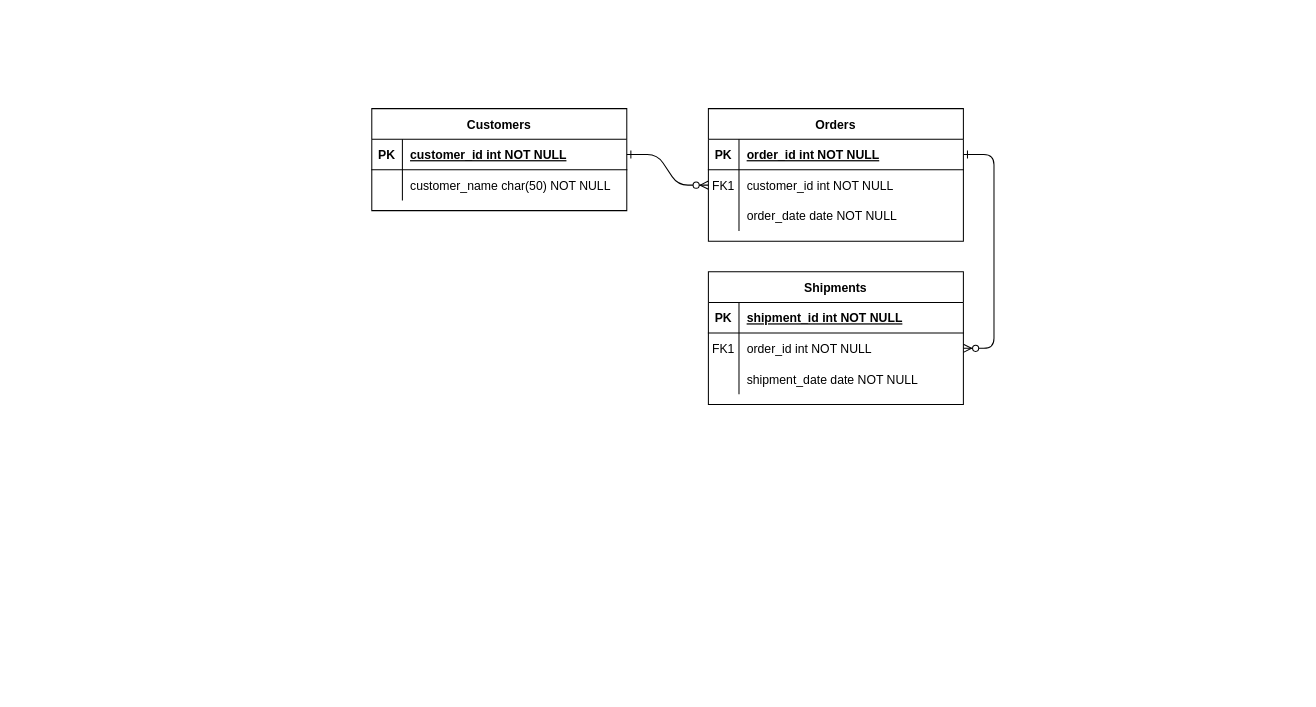
gawona/git_collaboration keeps this draw.io diagram as 제목 없는 다이어그램.drawio. Above is the earlier version. Source tidied: cells renumbered, new cells numbered last; positions are measured from the earlier drawing's top-left corner, leaving out a move shared by most shapes. Both pictures are drawn from the tidied source at 102%, with x=0, y=0 at pixel (371, 108).
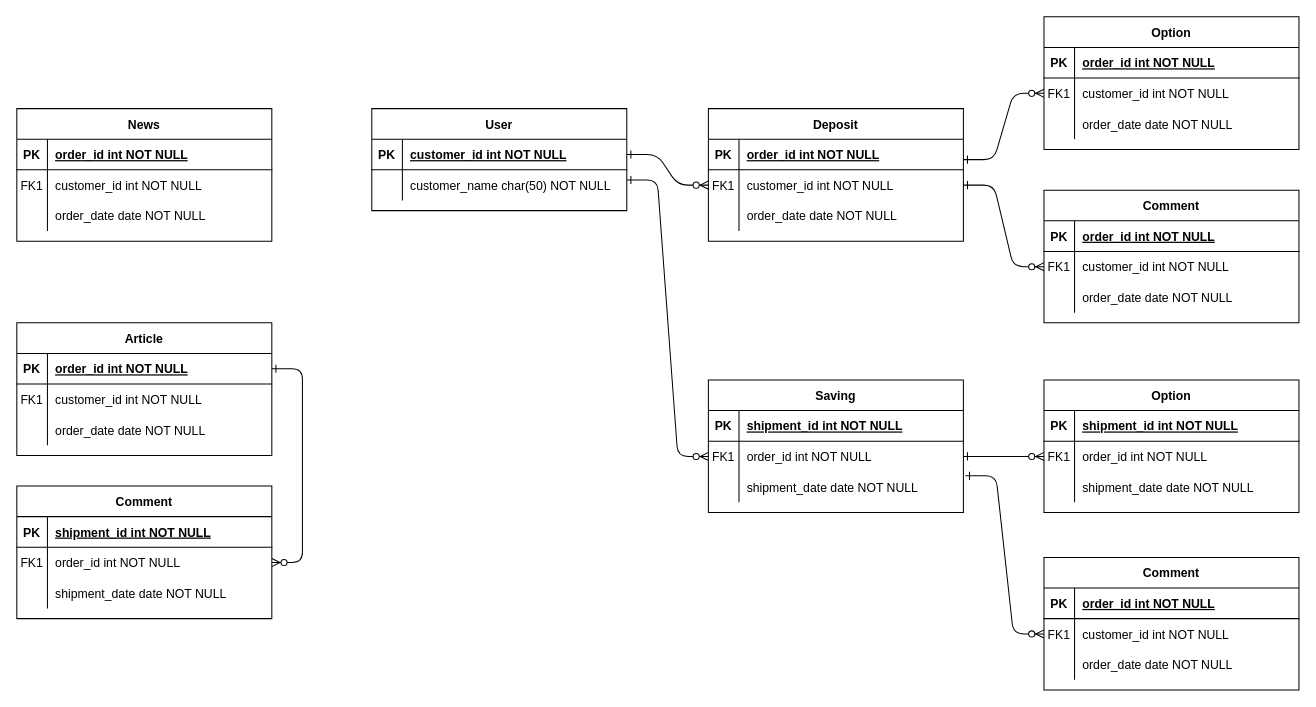
After the change.

Commit message (it also covers changes not shown here):
제목 없는 다이어그램.drawio 업데이트

The change refers to these unchanged cells:
```xml
<mxCell id="5" style="shape=partialRectangle;fillColor=none;points=[[0,0.5],[1,0.5]];portConstraint=eastwest;top=0;left=0;right=0;bottom=1;" parent="4" vertex="1">
  <mxGeometry y="30" width="250" height="30" as="geometry" />
</mxCell>
<mxCell id="18" style="shape=partialRectangle;fillColor=none;points=[[0,0.5],[1,0.5]];portConstraint=eastwest;top=0;left=0;right=0;bottom=0;" parent="14" vertex="1">
  <mxGeometry y="60" width="250" height="30" as="geometry" />
</mxCell>
<mxCell id="21" style="shape=partialRectangle;fillColor=none;points=[[0,0.5],[1,0.5]];portConstraint=eastwest;top=0;left=0;right=0;bottom=0;" parent="14" vertex="1">
  <mxGeometry y="90" width="250" height="30" as="geometry" />
</mxCell>
```

Diff of the diagram source:
```diff
@@
-    <mxCell id="3" style="edgeStyle=entityRelationEdgeStyle;endArrow=ERzeroToMany;startArrow=ERone;endFill=1;startFill=0;" parent="1" edge="1" source="5" target="18">
-      <mxGeometry relative="1" as="geometry" />
+    <mxCell id="3" style="edgeStyle=entityRelationEdgeStyle;endArrow=ERzeroToMany;startArrow=ERone;endFill=1;startFill=0;entryX=0;entryY=0.5;entryDx=0;entryDy=0;" parent="1" edge="1" target="18">
+      <mxGeometry relative="1" as="geometry">
+        <mxPoint x="250" y="70" as="sourcePoint" />
+      </mxGeometry>
     </mxCell>
-    <mxCell id="4" value="Orders" style="shape=table;startSize=30;childLayout=tableLayout;rowLines=0;fontStyle=1;align=center;" parent="1" vertex="1">
+    <mxCell id="4" value="Deposit" style="shape=table;startSize=30;childLayout=tableLayout;rowLines=0;fontStyle=1;align=center;" parent="1" vertex="1">
       <mxGeometry x="330" width="250" height="130" as="geometry" />
     </mxCell>
@@
-    <mxCell id="14" value="Shipments" style="shape=table;startSize=30;childLayout=tableLayout;rowLines=0;fontStyle=1;align=center;" parent="1" vertex="1">
-      <mxGeometry x="330" y="160" width="250" height="130" as="geometry" />
+    <mxCell id="14" value="Saving" style="shape=table;startSize=30;childLayout=tableLayout;rowLines=0;fontStyle=1;align=center;" parent="1" vertex="1">
+      <mxGeometry x="330" y="266" width="250" height="130" as="geometry" />
     </mxCell>
@@
-    <mxCell id="24" value="Customers" style="shape=table;startSize=30;childLayout=tableLayout;rowLines=0;fontStyle=1;align=center;" parent="1" vertex="1">
+    <mxCell id="24" value="User" style="shape=table;startSize=30;childLayout=tableLayout;rowLines=0;fontStyle=1;align=center;" parent="1" vertex="1">
       <mxGeometry width="250" height="100" as="geometry" />
     </mxCell>
@@
+    <mxCell id="31" style="edgeStyle=entityRelationEdgeStyle;endArrow=ERzeroToMany;startArrow=ERone;endFill=1;startFill=0;" parent="1" edge="1" source="33" target="46">
+      <mxGeometry relative="1" as="geometry" />
+    </mxCell>
+    <mxCell id="32" value="Article" style="shape=table;startSize=30;childLayout=tableLayout;rowLines=0;fontStyle=1;align=center;" parent="1" vertex="1">
+      <mxGeometry x="-348" y="210" width="250" height="130" as="geometry" />
+    </mxCell>
+    <mxCell id="33" style="shape=partialRectangle;fillColor=none;points=[[0,0.5],[1,0.5]];portConstraint=eastwest;top=0;left=0;right=0;bottom=1;" parent="32" vertex="1">
+      <mxGeometry y="30" width="250" height="30" as="geometry" />
+    </mxCell>
+    <mxCell id="34" value="PK" style="shape=partialRectangle;overflow=hidden;fillColor=none;top=0;left=0;bottom=0;right=0;fontStyle=1;" parent="33" vertex="1">
+      <mxGeometry width="30" height="30" as="geometry" />
+    </mxCell>
+    <mxCell id="35" value="order_id int NOT NULL " style="shape=partialRectangle;overflow=hidden;fillColor=none;top=0;left=0;bottom=0;right=0;align=left;spacingLeft=6;fontStyle=5;" parent="33" vertex="1">
+      <mxGeometry x="30" width="220" height="30" as="geometry" />
+    </mxCell>
+    <mxCell id="36" style="shape=partialRectangle;fillColor=none;top=0;left=0;right=0;bottom=0;" parent="32" vertex="1">
+      <mxGeometry y="60" width="250" height="30" as="geometry" />
+    </mxCell>
+    <mxCell id="37" value="FK1" style="shape=partialRectangle;overflow=hidden;fillColor=none;top=0;left=0;bottom=0;right=0;" parent="36" vertex="1">
+      <mxGeometry width="30" height="30" as="geometry" />
+    </mxCell>
+    <mxCell id="38" value="customer_id int NOT NULL" style="shape=partialRectangle;overflow=hidden;fillColor=none;top=0;left=0;bottom=0;right=0;align=left;spacingLeft=6;" parent="36" vertex="1">
+      <mxGeometry x="30" width="220" height="30" as="geometry" />
+    </mxCell>
+    <mxCell id="39" style="shape=partialRectangle;fillColor=none;top=0;left=0;right=0;bottom=0;" parent="32" vertex="1">
+      <mxGeometry y="90" width="250" height="30" as="geometry" />
+    </mxCell>
+    <mxCell id="40" style="shape=partialRectangle;overflow=hidden;fillColor=none;top=0;left=0;bottom=0;right=0;" parent="39" vertex="1">
+      <mxGeometry width="30" height="30" as="geometry" />
+    </mxCell>
+    <mxCell id="41" value="order_date date NOT NULL" style="shape=partialRectangle;overflow=hidden;fillColor=none;top=0;left=0;bottom=0;right=0;align=left;spacingLeft=6;" parent="39" vertex="1">
+      <mxGeometry x="30" width="220" height="30" as="geometry" />
+    </mxCell>
+    <mxCell id="42" value="Comment" style="shape=table;startSize=30;childLayout=tableLayout;rowLines=0;fontStyle=1;align=center;" parent="1" vertex="1">
+      <mxGeometry x="-348" y="370" width="250" height="130" as="geometry" />
+    </mxCell>
+    <mxCell id="43" style="shape=partialRectangle;fillColor=none;top=0;left=0;right=0;bottom=1;" parent="42" vertex="1">
+      <mxGeometry y="30" width="250" height="30" as="geometry" />
+    </mxCell>
+    <mxCell id="44" value="PK" style="shape=partialRectangle;overflow=hidden;fillColor=none;top=0;left=0;bottom=0;right=0;fontStyle=1;" parent="43" vertex="1">
+      <mxGeometry width="30" height="30" as="geometry" />
+    </mxCell>
+    <mxCell id="45" value="shipment_id int NOT NULL " style="shape=partialRectangle;overflow=hidden;fillColor=none;top=0;left=0;bottom=0;right=0;align=left;spacingLeft=6;fontStyle=5;" parent="43" vertex="1">
+      <mxGeometry x="30" width="220" height="30" as="geometry" />
+    </mxCell>
+    <mxCell id="46" style="shape=partialRectangle;fillColor=none;points=[[0,0.5],[1,0.5]];portConstraint=eastwest;top=0;left=0;right=0;bottom=0;" parent="42" vertex="1">
+      <mxGeometry y="60" width="250" height="30" as="geometry" />
+    </mxCell>
+    <mxCell id="47" value="FK1" style="shape=partialRectangle;overflow=hidden;fillColor=none;top=0;left=0;bottom=0;right=0;" parent="46" vertex="1">
+      <mxGeometry width="30" height="30" as="geometry" />
+    </mxCell>
+    <mxCell id="48" value="order_id int NOT NULL" style="shape=partialRectangle;overflow=hidden;fillColor=none;top=0;left=0;bottom=0;right=0;align=left;spacingLeft=6;" parent="46" vertex="1">
+      <mxGeometry x="30" width="220" height="30" as="geometry" />
+    </mxCell>
+    <mxCell id="49" style="shape=partialRectangle;fillColor=none;top=0;left=0;right=0;bottom=0;" parent="42" vertex="1">
+      <mxGeometry y="90" width="250" height="30" as="geometry" />
+    </mxCell>
+    <mxCell id="50" style="shape=partialRectangle;overflow=hidden;fillColor=none;top=0;left=0;bottom=0;right=0;" parent="49" vertex="1">
+      <mxGeometry width="30" height="30" as="geometry" />
+    </mxCell>
+    <mxCell id="51" value="shipment_date date NOT NULL" style="shape=partialRectangle;overflow=hidden;fillColor=none;top=0;left=0;bottom=0;right=0;align=left;spacingLeft=6;" parent="49" vertex="1">
+      <mxGeometry x="30" width="220" height="30" as="geometry" />
+    </mxCell>
+    <mxCell id="52" value="Option" style="shape=table;startSize=30;childLayout=tableLayout;rowLines=0;fontStyle=1;align=center;" parent="1" vertex="1">
+      <mxGeometry x="659" y="-90" width="250" height="130" as="geometry" />
+    </mxCell>
+    <mxCell id="53" style="shape=partialRectangle;fillColor=none;top=0;left=0;right=0;bottom=1;" parent="52" vertex="1">
+      <mxGeometry y="30" width="250" height="30" as="geometry" />
+    </mxCell>
+    <mxCell id="54" value="PK" style="shape=partialRectangle;overflow=hidden;fillColor=none;top=0;left=0;bottom=0;right=0;fontStyle=1;" parent="53" vertex="1">
+      <mxGeometry width="30" height="30" as="geometry" />
+    </mxCell>
+    <mxCell id="55" value="order_id int NOT NULL " style="shape=partialRectangle;overflow=hidden;fillColor=none;top=0;left=0;bottom=0;right=0;align=left;spacingLeft=6;fontStyle=5;" parent="53" vertex="1">
+      <mxGeometry x="30" width="220" height="30" as="geometry" />
+    </mxCell>
+    <mxCell id="56" style="shape=partialRectangle;fillColor=none;points=[[0,0.5],[1,0.5]];portConstraint=eastwest;top=0;left=0;right=0;bottom=0;" parent="52" vertex="1">
+      <mxGeometry y="60" width="250" height="30" as="geometry" />
+    </mxCell>
+    <mxCell id="57" value="FK1" style="shape=partialRectangle;overflow=hidden;fillColor=none;top=0;left=0;bottom=0;right=0;" parent="56" vertex="1">
+      <mxGeometry width="30" height="30" as="geometry" />
+    </mxCell>
+    <mxCell id="58" value="customer_id int NOT NULL" style="shape=partialRectangle;overflow=hidden;fillColor=none;top=0;left=0;bottom=0;right=0;align=left;spacingLeft=6;" parent="56" vertex="1">
+      <mxGeometry x="30" width="220" height="30" as="geometry" />
+    </mxCell>
+    <mxCell id="59" style="shape=partialRectangle;fillColor=none;top=0;left=0;right=0;bottom=0;" parent="52" vertex="1">
+      <mxGeometry y="90" width="250" height="30" as="geometry" />
+    </mxCell>
+    <mxCell id="60" style="shape=partialRectangle;overflow=hidden;fillColor=none;top=0;left=0;bottom=0;right=0;" parent="59" vertex="1">
+      <mxGeometry width="30" height="30" as="geometry" />
+    </mxCell>
+    <mxCell id="61" value="order_date date NOT NULL" style="shape=partialRectangle;overflow=hidden;fillColor=none;top=0;left=0;bottom=0;right=0;align=left;spacingLeft=6;" parent="59" vertex="1">
+      <mxGeometry x="30" width="220" height="30" as="geometry" />
+    </mxCell>
+    <mxCell id="62" value="Option" style="shape=table;startSize=30;childLayout=tableLayout;rowLines=0;fontStyle=1;align=center;" parent="1" vertex="1">
+      <mxGeometry x="659" y="266" width="250" height="130" as="geometry" />
+    </mxCell>
+    <mxCell id="63" style="shape=partialRectangle;fillColor=none;top=0;left=0;right=0;bottom=1;" parent="62" vertex="1">
+      <mxGeometry y="30" width="250" height="30" as="geometry" />
+    </mxCell>
+    <mxCell id="64" value="PK" style="shape=partialRectangle;overflow=hidden;fillColor=none;top=0;left=0;bottom=0;right=0;fontStyle=1;" parent="63" vertex="1">
+      <mxGeometry width="30" height="30" as="geometry" />
+    </mxCell>
+    <mxCell id="65" value="shipment_id int NOT NULL " style="shape=partialRectangle;overflow=hidden;fillColor=none;top=0;left=0;bottom=0;right=0;align=left;spacingLeft=6;fontStyle=5;" parent="63" vertex="1">
+      <mxGeometry x="30" width="220" height="30" as="geometry" />
+    </mxCell>
+    <mxCell id="66" style="shape=partialRectangle;fillColor=none;points=[[0,0.5],[1,0.5]];portConstraint=eastwest;top=0;left=0;right=0;bottom=0;" parent="62" vertex="1">
+      <mxGeometry y="60" width="250" height="30" as="geometry" />
+    </mxCell>
+    <mxCell id="67" value="FK1" style="shape=partialRectangle;overflow=hidden;fillColor=none;top=0;left=0;bottom=0;right=0;" parent="66" vertex="1">
+      <mxGeometry width="30" height="30" as="geometry" />
+    </mxCell>
+    <mxCell id="68" value="order_id int NOT NULL" style="shape=partialRectangle;overflow=hidden;fillColor=none;top=0;left=0;bottom=0;right=0;align=left;spacingLeft=6;" parent="66" vertex="1">
+      <mxGeometry x="30" width="220" height="30" as="geometry" />
+    </mxCell>
+    <mxCell id="69" style="shape=partialRectangle;fillColor=none;top=0;left=0;right=0;bottom=0;" parent="62" vertex="1">
+      <mxGeometry y="90" width="250" height="30" as="geometry" />
+    </mxCell>
+    <mxCell id="70" style="shape=partialRectangle;overflow=hidden;fillColor=none;top=0;left=0;bottom=0;right=0;" parent="69" vertex="1">
+      <mxGeometry width="30" height="30" as="geometry" />
+    </mxCell>
+    <mxCell id="71" value="shipment_date date NOT NULL" style="shape=partialRectangle;overflow=hidden;fillColor=none;top=0;left=0;bottom=0;right=0;align=left;spacingLeft=6;" parent="69" vertex="1">
+      <mxGeometry x="30" width="220" height="30" as="geometry" />
+    </mxCell>
+    <mxCell id="72" value="News" style="shape=table;startSize=30;childLayout=tableLayout;rowLines=0;fontStyle=1;align=center;" parent="1" vertex="1">
+      <mxGeometry x="-348" width="250" height="130" as="geometry" />
+    </mxCell>
+    <mxCell id="73" style="shape=partialRectangle;fillColor=none;top=0;left=0;right=0;bottom=1;" parent="72" vertex="1">
+      <mxGeometry y="30" width="250" height="30" as="geometry" />
+    </mxCell>
+    <mxCell id="74" value="PK" style="shape=partialRectangle;overflow=hidden;fillColor=none;top=0;left=0;bottom=0;right=0;fontStyle=1;" parent="73" vertex="1">
+      <mxGeometry width="30" height="30" as="geometry" />
+    </mxCell>
+    <mxCell id="75" value="order_id int NOT NULL " style="shape=partialRectangle;overflow=hidden;fillColor=none;top=0;left=0;bottom=0;right=0;align=left;spacingLeft=6;fontStyle=5;" parent="73" vertex="1">
+      <mxGeometry x="30" width="220" height="30" as="geometry" />
+    </mxCell>
+    <mxCell id="76" style="shape=partialRectangle;fillColor=none;top=0;left=0;right=0;bottom=0;" parent="72" vertex="1">
+      <mxGeometry y="60" width="250" height="30" as="geometry" />
+    </mxCell>
+    <mxCell id="77" value="FK1" style="shape=partialRectangle;overflow=hidden;fillColor=none;top=0;left=0;bottom=0;right=0;" parent="76" vertex="1">
+      <mxGeometry width="30" height="30" as="geometry" />
+    </mxCell>
+    <mxCell id="78" value="customer_id int NOT NULL" style="shape=partialRectangle;overflow=hidden;fillColor=none;top=0;left=0;bottom=0;right=0;align=left;spacingLeft=6;" parent="76" vertex="1">
+      <mxGeometry x="30" width="220" height="30" as="geometry" />
+    </mxCell>
+    <mxCell id="79" style="shape=partialRectangle;fillColor=none;top=0;left=0;right=0;bottom=0;" parent="72" vertex="1">
+      <mxGeometry y="90" width="250" height="30" as="geometry" />
+    </mxCell>
+    <mxCell id="80" style="shape=partialRectangle;overflow=hidden;fillColor=none;top=0;left=0;bottom=0;right=0;" parent="79" vertex="1">
+      <mxGeometry width="30" height="30" as="geometry" />
+    </mxCell>
+    <mxCell id="81" value="order_date date NOT NULL" style="shape=partialRectangle;overflow=hidden;fillColor=none;top=0;left=0;bottom=0;right=0;align=left;spacingLeft=6;" parent="79" vertex="1">
+      <mxGeometry x="30" width="220" height="30" as="geometry" />
+    </mxCell>
+    <mxCell id="82" value="Comment" style="shape=table;startSize=30;childLayout=tableLayout;rowLines=0;fontStyle=1;align=center;" parent="1" vertex="1">
+      <mxGeometry x="659" y="80" width="250" height="130" as="geometry" />
+    </mxCell>
+    <mxCell id="83" style="shape=partialRectangle;fillColor=none;top=0;left=0;right=0;bottom=1;" parent="82" vertex="1">
+      <mxGeometry y="30" width="250" height="30" as="geometry" />
+    </mxCell>
+    <mxCell id="84" value="PK" style="shape=partialRectangle;overflow=hidden;fillColor=none;top=0;left=0;bottom=0;right=0;fontStyle=1;" parent="83" vertex="1">
+      <mxGeometry width="30" height="30" as="geometry" />
+    </mxCell>
+    <mxCell id="85" value="order_id int NOT NULL " style="shape=partialRectangle;overflow=hidden;fillColor=none;top=0;left=0;bottom=0;right=0;align=left;spacingLeft=6;fontStyle=5;" parent="83" vertex="1">
+      <mxGeometry x="30" width="220" height="30" as="geometry" />
+    </mxCell>
+    <mxCell id="86" style="shape=partialRectangle;fillColor=none;points=[[0,0.5],[1,0.5]];portConstraint=eastwest;top=0;left=0;right=0;bottom=0;" parent="82" vertex="1">
+      <mxGeometry y="60" width="250" height="30" as="geometry" />
+    </mxCell>
+    <mxCell id="87" value="FK1" style="shape=partialRectangle;overflow=hidden;fillColor=none;top=0;left=0;bottom=0;right=0;" parent="86" vertex="1">
+      <mxGeometry width="30" height="30" as="geometry" />
+    </mxCell>
+    <mxCell id="88" value="customer_id int NOT NULL" style="shape=partialRectangle;overflow=hidden;fillColor=none;top=0;left=0;bottom=0;right=0;align=left;spacingLeft=6;" parent="86" vertex="1">
+      <mxGeometry x="30" width="220" height="30" as="geometry" />
+    </mxCell>
+    <mxCell id="89" style="shape=partialRectangle;fillColor=none;top=0;left=0;right=0;bottom=0;" parent="82" vertex="1">
+      <mxGeometry y="90" width="250" height="30" as="geometry" />
+    </mxCell>
+    <mxCell id="90" style="shape=partialRectangle;overflow=hidden;fillColor=none;top=0;left=0;bottom=0;right=0;" parent="89" vertex="1">
+      <mxGeometry width="30" height="30" as="geometry" />
+    </mxCell>
+    <mxCell id="91" value="order_date date NOT NULL" style="shape=partialRectangle;overflow=hidden;fillColor=none;top=0;left=0;bottom=0;right=0;align=left;spacingLeft=6;" parent="89" vertex="1">
+      <mxGeometry x="30" width="220" height="30" as="geometry" />
+    </mxCell>
+    <mxCell id="92" value="Comment" style="shape=table;startSize=30;childLayout=tableLayout;rowLines=0;fontStyle=1;align=center;" parent="1" vertex="1">
+      <mxGeometry x="659" y="440" width="250" height="130" as="geometry" />
+    </mxCell>
+    <mxCell id="93" style="shape=partialRectangle;fillColor=none;top=0;left=0;right=0;bottom=1;" parent="92" vertex="1">
+      <mxGeometry y="30" width="250" height="30" as="geometry" />
+    </mxCell>
+    <mxCell id="94" value="PK" style="shape=partialRectangle;overflow=hidden;fillColor=none;top=0;left=0;bottom=0;right=0;fontStyle=1;" parent="93" vertex="1">
+      <mxGeometry width="30" height="30" as="geometry" />
+    </mxCell>
+    <mxCell id="95" value="order_id int NOT NULL " style="shape=partialRectangle;overflow=hidden;fillColor=none;top=0;left=0;bottom=0;right=0;align=left;spacingLeft=6;fontStyle=5;" parent="93" vertex="1">
+      <mxGeometry x="30" width="220" height="30" as="geometry" />
+    </mxCell>
+    <mxCell id="96" style="shape=partialRectangle;fillColor=none;points=[[0,0.5],[1,0.5]];portConstraint=eastwest;top=0;left=0;right=0;bottom=0;" parent="92" vertex="1">
+      <mxGeometry y="60" width="250" height="30" as="geometry" />
+    </mxCell>
+    <mxCell id="97" value="FK1" style="shape=partialRectangle;overflow=hidden;fillColor=none;top=0;left=0;bottom=0;right=0;" parent="96" vertex="1">
+      <mxGeometry width="30" height="30" as="geometry" />
+    </mxCell>
+    <mxCell id="98" value="customer_id int NOT NULL" style="shape=partialRectangle;overflow=hidden;fillColor=none;top=0;left=0;bottom=0;right=0;align=left;spacingLeft=6;" parent="96" vertex="1">
+      <mxGeometry x="30" width="220" height="30" as="geometry" />
+    </mxCell>
+    <mxCell id="99" style="shape=partialRectangle;fillColor=none;top=0;left=0;right=0;bottom=0;" parent="92" vertex="1">
+      <mxGeometry y="90" width="250" height="30" as="geometry" />
+    </mxCell>
+    <mxCell id="100" style="shape=partialRectangle;overflow=hidden;fillColor=none;top=0;left=0;bottom=0;right=0;" parent="99" vertex="1">
+      <mxGeometry width="30" height="30" as="geometry" />
+    </mxCell>
+    <mxCell id="101" value="order_date date NOT NULL" style="shape=partialRectangle;overflow=hidden;fillColor=none;top=0;left=0;bottom=0;right=0;align=left;spacingLeft=6;" parent="99" vertex="1">
+      <mxGeometry x="30" width="220" height="30" as="geometry" />
+    </mxCell>
+    <mxCell id="102" style="edgeStyle=entityRelationEdgeStyle;endArrow=ERzeroToMany;startArrow=ERone;endFill=1;startFill=0;entryX=0;entryY=0.5;entryDx=0;entryDy=0;" parent="1" edge="1" target="56">
+      <mxGeometry relative="1" as="geometry">
+        <mxPoint x="580" y="50" as="sourcePoint" />
+      </mxGeometry>
+    </mxCell>
+    <mxCell id="103" style="edgeStyle=entityRelationEdgeStyle;endArrow=ERzeroToMany;startArrow=ERone;endFill=1;startFill=0;entryX=0;entryY=0.5;entryDx=0;entryDy=0;" parent="1" edge="1" target="86">
+      <mxGeometry relative="1" as="geometry">
+        <mxPoint x="580" y="75" as="sourcePoint" />
+        <Array as="points">
+          <mxPoint x="660" y="180" />
+        </Array>
+      </mxGeometry>
+    </mxCell>
+    <mxCell id="104" style="edgeStyle=entityRelationEdgeStyle;endArrow=ERzeroToMany;startArrow=ERone;endFill=1;startFill=0;entryX=0;entryY=0.5;entryDx=0;entryDy=0;exitX=1;exitY=0.5;exitDx=0;exitDy=0;" parent="1" edge="1" source="18" target="66">
+      <mxGeometry relative="1" as="geometry" />
+    </mxCell>
+    <mxCell id="105" style="edgeStyle=entityRelationEdgeStyle;endArrow=ERzeroToMany;startArrow=ERone;endFill=1;startFill=0;entryX=0;entryY=0.5;entryDx=0;entryDy=0;exitX=1.008;exitY=0.133;exitDx=0;exitDy=0;exitPerimeter=0;" parent="1" edge="1" source="21" target="96">
+      <mxGeometry relative="1" as="geometry" />
+    </mxCell>
```
